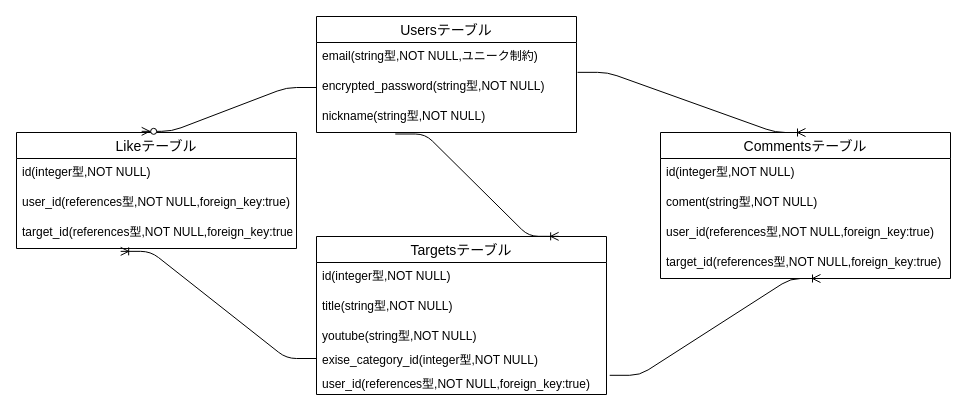
The draw.io diagram erp.dio in sea-yassan33/enjex, before the edit. Source tidied: cells renumbered, new cells numbered last; positions are measured from the earlier drawing's top-left corner, leaving out a move shared by most shapes. Both pictures are drawn from the tidied source at 100%, with x=0, y=0 at pixel (16, 16).
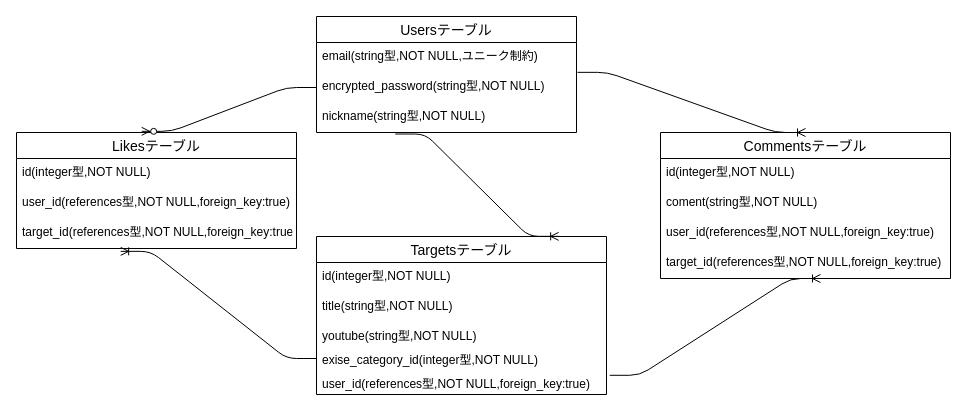
After the change.

The edit, as a diff of the source:
```diff
@@
-    <mxCell id="20" value="Likeテーブル" style="swimlane;fontStyle=0;horizontal=1;startSize=26;align=center;fontSize=14;" parent="1" vertex="1">
+    <mxCell id="20" value="Likesテーブル" style="swimlane;fontStyle=0;horizontal=1;startSize=26;align=center;fontSize=14;" parent="1" vertex="1">
       <mxGeometry y="116" width="280" height="116" as="geometry" />
     </mxCell>
```
